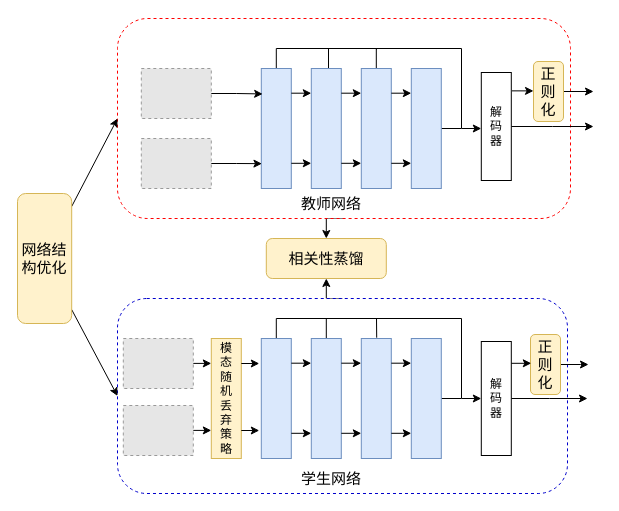
Losh-shi/graduate_map keeps this draw.io diagram as 1-2主要内容.drawio. Above is the earlier version. Source tidied: cells renumbered, new cells numbered last; positions are measured from the earlier drawing's top-left corner, leaving out a move shared by most shapes. Both pictures are drawn from the tidied source at 100%, with x=0, y=0 at pixel (17, 18). Pictures stored in the file or linked from it are replaced by grey dashed boxes.
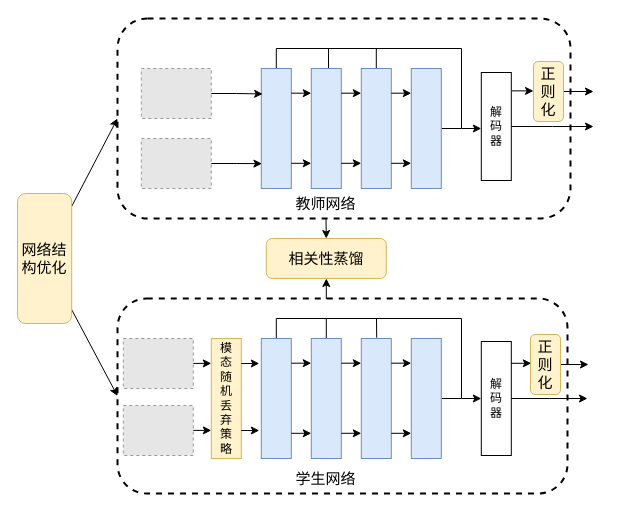
After the change.

Commit message:
更新1-2主要内容.drawio

Unchanged cells that the change refers to:
```xml
<mxCell id="41" value="&lt;font style=&quot;font-size: 15px;&quot; face=&quot;宋体&quot;&gt;相关性蒸馏&lt;/font&gt;" style="rounded=1;whiteSpace=wrap;html=1;fillColor=#fff2cc;strokeColor=#d6b656;" parent="1" vertex="1">
  <mxGeometry x="248.8" y="220" width="120" height="40" as="geometry" />
</mxCell>
```

Change to the diagram source:
```diff
@@
-    <mxCell id="2" style="edgeStyle=orthogonalEdgeStyle;rounded=0;jettySize=auto;html=1;exitX=0.5;exitY=0;exitDx=0;exitDy=0;entryX=0.5;entryY=1;entryDx=0;entryDy=0;" parent="1" edge="1" source="3" target="41">
+    <mxCell id="2" style="edgeStyle=orthogonalEdgeStyle;rounded=0;jettySize=auto;html=1;exitX=0.464;exitY=0.003;exitDx=0;exitDy=0;entryX=0.5;entryY=1;entryDx=0;entryDy=0;exitPerimeter=0;" parent="1" edge="1" source="3" target="41">
       <mxGeometry relative="1" as="geometry" />
     </mxCell>
-    <mxCell id="3" style="rounded=1;whiteSpace=wrap;html=1;dashed=1;strokeColor=#0000CC;" parent="1" vertex="1">
+    <mxCell id="3" style="rounded=1;whiteSpace=wrap;html=1;dashed=1;strokeColor=default;strokeWidth=2;fillColor=none;" parent="1" vertex="1">
       <mxGeometry x="100" y="280" width="450" height="195" as="geometry" />
     </mxCell>
-    <mxCell id="4" style="edgeStyle=orthogonalEdgeStyle;rounded=0;jettySize=auto;html=1;exitX=0.5;exitY=1;exitDx=0;exitDy=0;entryX=0.5;entryY=0;entryDx=0;entryDy=0;" parent="1" edge="1" source="5" target="41">
-      <mxGeometry relative="1" as="geometry" />
+    <mxCell id="4" style="edgeStyle=orthogonalEdgeStyle;rounded=0;jettySize=auto;html=1;exitX=0.435;exitY=1.018;exitDx=0;exitDy=0;entryX=0.5;entryY=0;entryDx=0;entryDy=0;exitPerimeter=0;" parent="1" edge="1" target="41">
+      <mxGeometry relative="1" as="geometry">
+        <mxPoint x="308.5" y="200.5" as="sourcePoint" />
+      </mxGeometry>
     </mxCell>
-    <mxCell id="5" style="rounded=1;whiteSpace=wrap;html=1;dashed=1;strokeColor=#FF0000;" parent="1" vertex="1">
+    <mxCell id="5" style="rounded=1;whiteSpace=wrap;html=1;dashed=1;strokeColor=default;strokeWidth=2;fillColor=none;" parent="1" vertex="1">
       <mxGeometry x="100" width="453" height="200" as="geometry" />
     </mxCell>
@@
-    <mxCell id="40" value="解&lt;div&gt;码&lt;/div&gt;&lt;div&gt;器&lt;/div&gt;" style="rounded=0;whiteSpace=wrap;html=1;" parent="1" vertex="1">
+    <mxCell id="40" value="&lt;font face=&quot;宋体&quot;&gt;解&lt;/font&gt;&lt;div&gt;&lt;font face=&quot;宋体&quot;&gt;码&lt;/font&gt;&lt;/div&gt;&lt;div&gt;&lt;font face=&quot;宋体&quot;&gt;器&lt;/font&gt;&lt;/div&gt;" style="rounded=0;whiteSpace=wrap;html=1;" parent="1" vertex="1">
       <mxGeometry x="463.8" y="323" width="30" height="114" as="geometry" />
     </mxCell>
@@
-    <mxCell id="47" value="&lt;font face=&quot;宋体&quot;&gt;&lt;span style=&quot;font-size: 15px;&quot;&gt;教师网络&lt;/span&gt;&lt;/font&gt;" style="text;strokeColor=none;align=center;fillColor=none;html=1;verticalAlign=middle;whiteSpace=wrap;rounded=0;fontFamily=Helvetica;fontSize=12;fontColor=default;labelBackgroundColor=default;" parent="1" vertex="1">
-      <mxGeometry x="273.8" y="170" width="80" height="30" as="geometry" />
-    </mxCell>
-    <mxCell id="48" value="&lt;font face=&quot;宋体&quot;&gt;&lt;span style=&quot;font-size: 15px;&quot;&gt;学生网络&lt;/span&gt;&lt;/font&gt;" style="text;strokeColor=none;align=center;fillColor=none;html=1;verticalAlign=middle;whiteSpace=wrap;rounded=0;fontFamily=Helvetica;fontSize=12;fontColor=default;labelBackgroundColor=default;" parent="1" vertex="1">
-      <mxGeometry x="273.8" y="445" width="80" height="30" as="geometry" />
-    </mxCell>
@@
-    <mxCell id="56" value="解&lt;div&gt;码&lt;/div&gt;&lt;div&gt;器&lt;/div&gt;" style="rounded=0;whiteSpace=wrap;html=1;" parent="1" vertex="1">
+    <mxCell id="56" value="&lt;font face=&quot;宋体&quot;&gt;解&lt;/font&gt;&lt;div&gt;&lt;font face=&quot;宋体&quot;&gt;码&lt;/font&gt;&lt;/div&gt;&lt;div&gt;&lt;font face=&quot;宋体&quot;&gt;器&lt;/font&gt;&lt;/div&gt;" style="rounded=0;whiteSpace=wrap;html=1;" parent="1" vertex="1">
       <mxGeometry x="463.8" y="54" width="30" height="108" as="geometry" />
     </mxCell>
@@
+    <mxCell id="47" value="&lt;font style=&quot;font-size: 15px;&quot; face=&quot;宋体&quot;&gt;教师网络&lt;/font&gt;" style="text;strokeColor=none;align=center;fillColor=none;html=1;verticalAlign=middle;whiteSpace=wrap;rounded=0;" parent="1" vertex="1">
+      <mxGeometry x="267.2" y="170" width="83" height="30" as="geometry" />
+    </mxCell>
+    <mxCell id="48" value="&lt;font style=&quot;font-size: 15px;&quot; face=&quot;宋体&quot;&gt;学生网络&lt;/font&gt;" style="text;strokeColor=none;align=center;fillColor=none;html=1;verticalAlign=middle;whiteSpace=wrap;rounded=0;" parent="1" vertex="1">
+      <mxGeometry x="267.2" y="445" width="83" height="30" as="geometry" />
+    </mxCell>
```
